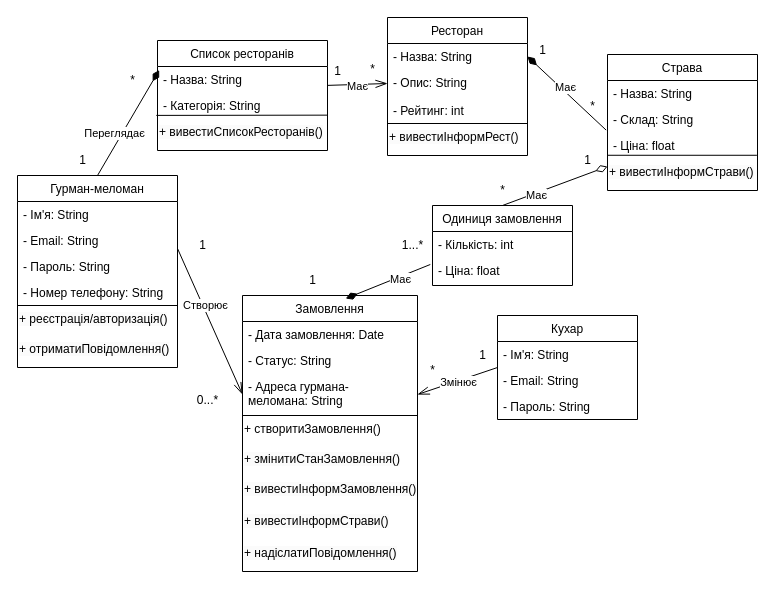
Before: 2-SoftwareDesign/2.5-UMLProgramClasses/UMLProgramClasses.drawio in oleksandrblazhko/ai-212-tuz, a draw.io diagram. Source tidied: cells renumbered, new cells numbered last; positions are measured from the earlier drawing's top-left corner, leaving out a move shared by most shapes. Both pictures are drawn from the tidied source at 100%, with x=0, y=0 at pixel (17, 17).
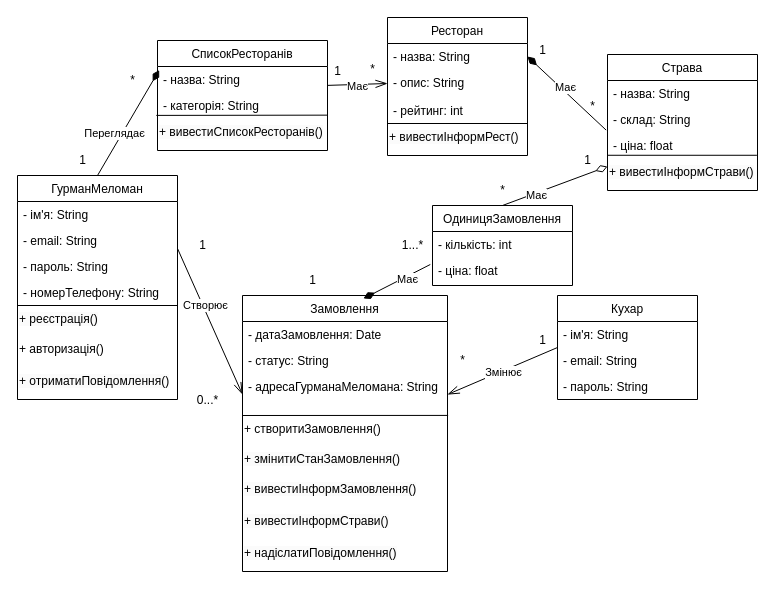
After the change.

Unchanged cells that the change refers to:
```xml
<mxCell id="20" value="Ресторан" style="swimlane;fontStyle=0;horizontal=1;startSize=26;fillColor=none;" parent="1" vertex="1">
  <mxGeometry x="370" width="140" height="138" as="geometry" />
</mxCell>
<mxCell id="26" value="Страва" style="swimlane;fontStyle=0;horizontal=1;startSize=26;fillColor=none;" parent="1" vertex="1">
  <mxGeometry x="590" y="37" width="150" height="136" as="geometry" />
</mxCell>
```

The edit, as a diff of the source:
```diff
@@
-    <mxCell id="2" value="Гурман-меломан" style="swimlane;fontStyle=0;horizontal=1;startSize=26;fillColor=none;" parent="1" vertex="1">
-      <mxGeometry y="158" width="160" height="192" as="geometry" />
+    <mxCell id="2" value="ГурманМеломан" style="swimlane;fontStyle=0;horizontal=1;startSize=26;fillColor=none;" parent="1" vertex="1">
+      <mxGeometry y="158" width="160" height="224" as="geometry" />
     </mxCell>
-    <mxCell id="3" value="- Ім'я: String" style="text;strokeColor=none;fillColor=none;align=left;verticalAlign=top;spacingLeft=4;spacingRight=4;overflow=hidden;" parent="2" vertex="1">
+    <mxCell id="3" value="- ім'я: String" style="text;strokeColor=none;fillColor=none;align=left;verticalAlign=top;spacingLeft=4;spacingRight=4;overflow=hidden;" parent="2" vertex="1">
       <mxGeometry y="26" width="160" height="26" as="geometry" />
     </mxCell>
-    <mxCell id="4" value="- Email: String" style="text;strokeColor=none;fillColor=none;align=left;verticalAlign=top;spacingLeft=4;spacingRight=4;overflow=hidden;" parent="2" vertex="1">
+    <mxCell id="4" value="- email: String" style="text;strokeColor=none;fillColor=none;align=left;verticalAlign=top;spacingLeft=4;spacingRight=4;overflow=hidden;" parent="2" vertex="1">
       <mxGeometry y="52" width="160" height="26" as="geometry" />
     </mxCell>
-    <mxCell id="5" value="- Пароль: String" style="text;strokeColor=none;fillColor=none;align=left;verticalAlign=top;spacingLeft=4;spacingRight=4;overflow=hidden;points=[[0,0.5],[1,0.5]];portConstraint=eastwest;" parent="2" vertex="1">
+    <mxCell id="5" value="- пароль: String" style="text;strokeColor=none;fillColor=none;align=left;verticalAlign=top;spacingLeft=4;spacingRight=4;overflow=hidden;points=[[0,0.5],[1,0.5]];portConstraint=eastwest;" parent="2" vertex="1">
       <mxGeometry y="78" width="160" height="26" as="geometry" />
     </mxCell>
-    <mxCell id="6" value="- Номер телефону: String" style="text;strokeColor=none;fillColor=none;align=left;verticalAlign=top;spacingLeft=4;spacingRight=4;overflow=hidden;perimeterSpacing=1;" parent="2" vertex="1">
+    <mxCell id="6" value="- номерТелефону: String" style="text;strokeColor=none;fillColor=none;align=left;verticalAlign=top;spacingLeft=4;spacingRight=4;overflow=hidden;perimeterSpacing=1;" parent="2" vertex="1">
       <mxGeometry y="104" width="160" height="26" as="geometry" />
     </mxCell>
@@
-    <mxCell id="8" value="&lt;span style=&quot;color: rgb(0, 0, 0); font-family: Helvetica; font-size: 12px; font-style: normal; font-variant-ligatures: normal; font-variant-caps: normal; font-weight: 400; letter-spacing: normal; orphans: 2; text-align: left; text-indent: 0px; text-transform: none; widows: 2; word-spacing: 0px; -webkit-text-stroke-width: 0px; background-color: rgb(251, 251, 251); text-decoration-thickness: initial; text-decoration-style: initial; text-decoration-color: initial; float: none; display: inline !important;&quot;&gt;+ реєстрація/авторизація()&lt;/span&gt;" style="text;whiteSpace=wrap;html=1;" parent="2" vertex="1">
+    <mxCell id="8" value="&lt;span style=&quot;color: rgb(0, 0, 0); font-family: Helvetica; font-size: 12px; font-style: normal; font-variant-ligatures: normal; font-variant-caps: normal; font-weight: 400; letter-spacing: normal; orphans: 2; text-align: left; text-indent: 0px; text-transform: none; widows: 2; word-spacing: 0px; -webkit-text-stroke-width: 0px; background-color: rgb(251, 251, 251); text-decoration-thickness: initial; text-decoration-style: initial; text-decoration-color: initial; float: none; display: inline !important;&quot;&gt;+ реєстрація()&lt;/span&gt;" style="text;whiteSpace=wrap;html=1;" parent="2" vertex="1">
       <mxGeometry y="130" width="160" height="30" as="geometry" />
     </mxCell>
+    <mxCell id="73" value="+ авторизація()" style="text;whiteSpace=wrap;html=1;" parent="2" vertex="1">
+      <mxGeometry y="160" width="160" height="32" as="geometry" />
+    </mxCell>
     <mxCell id="9" value="&lt;span style=&quot;color: rgb(0, 0, 0); font-family: Helvetica; font-size: 12px; font-style: normal; font-variant-ligatures: normal; font-variant-caps: normal; font-weight: 400; letter-spacing: normal; orphans: 2; text-align: left; text-indent: 0px; text-transform: none; widows: 2; word-spacing: 0px; -webkit-text-stroke-width: 0px; background-color: rgb(251, 251, 251); text-decoration-thickness: initial; text-decoration-style: initial; text-decoration-color: initial; float: none; display: inline !important;&quot;&gt;+ отриматиПовідомлення()&lt;/span&gt;" style="text;whiteSpace=wrap;html=1;" parent="2" vertex="1">
-      <mxGeometry y="160" width="160" height="32" as="geometry" />
+      <mxGeometry y="192" width="160" height="32" as="geometry" />
     </mxCell>
     <mxCell id="10" value="Кухар" style="swimlane;fontStyle=0;horizontal=1;startSize=26;fillColor=none;" parent="1" vertex="1">
-      <mxGeometry x="480" y="298" width="140" height="104" as="geometry" />
+      <mxGeometry x="540" y="278" width="140" height="104" as="geometry" />
     </mxCell>
-    <mxCell id="11" value="- Ім'я: String" style="text;strokeColor=none;fillColor=none;align=left;verticalAlign=top;spacingLeft=4;spacingRight=4;overflow=hidden;" parent="10" vertex="1">
+    <mxCell id="11" value="- ім'я: String" style="text;strokeColor=none;fillColor=none;align=left;verticalAlign=top;spacingLeft=4;spacingRight=4;overflow=hidden;" parent="10" vertex="1">
       <mxGeometry y="26" width="140" height="26" as="geometry" />
     </mxCell>
-    <mxCell id="12" value="- Email: String" style="text;strokeColor=none;fillColor=none;align=left;verticalAlign=top;spacingLeft=4;spacingRight=4;overflow=hidden;" parent="10" vertex="1">
+    <mxCell id="12" value="- email: String" style="text;strokeColor=none;fillColor=none;align=left;verticalAlign=top;spacingLeft=4;spacingRight=4;overflow=hidden;" parent="10" vertex="1">
       <mxGeometry y="52" width="140" height="26" as="geometry" />
     </mxCell>
-    <mxCell id="13" value="- Пароль: String" style="text;strokeColor=none;fillColor=none;align=left;verticalAlign=top;spacingLeft=4;spacingRight=4;overflow=hidden;" parent="10" vertex="1">
+    <mxCell id="13" value="- пароль: String" style="text;strokeColor=none;fillColor=none;align=left;verticalAlign=top;spacingLeft=4;spacingRight=4;overflow=hidden;" parent="10" vertex="1">
       <mxGeometry y="78" width="140" height="26" as="geometry" />
     </mxCell>
-    <mxCell id="14" value="Список ресторанів" style="swimlane;fontStyle=0;horizontal=1;startSize=26;fillColor=none;" parent="1" vertex="1">
+    <mxCell id="14" value="СписокРесторанів" style="swimlane;fontStyle=0;horizontal=1;startSize=26;fillColor=none;" parent="1" vertex="1">
       <mxGeometry x="140" y="23" width="170" height="110" as="geometry" />
     </mxCell>
-    <mxCell id="15" value="- Назва: String" style="text;strokeColor=none;fillColor=none;align=left;verticalAlign=top;spacingLeft=4;spacingRight=4;overflow=hidden;points=[[0,0.5],[1,0.5]];portConstraint=eastwest;" parent="14" vertex="1">
+    <mxCell id="15" value="- назва: String" style="text;strokeColor=none;fillColor=none;align=left;verticalAlign=top;spacingLeft=4;spacingRight=4;overflow=hidden;points=[[0,0.5],[1,0.5]];portConstraint=eastwest;" parent="14" vertex="1">
       <mxGeometry y="26" width="170" height="26" as="geometry" />
     </mxCell>
-    <mxCell id="16" value="- Категорія: String" style="text;strokeColor=none;fillColor=none;align=left;verticalAlign=top;spacingLeft=4;spacingRight=4;overflow=hidden;points=[[0,0.5],[1,0.5]];portConstraint=eastwest;" parent="14" vertex="1">
+    <mxCell id="16" value="- категорія: String" style="text;strokeColor=none;fillColor=none;align=left;verticalAlign=top;spacingLeft=4;spacingRight=4;overflow=hidden;points=[[0,0.5],[1,0.5]];portConstraint=eastwest;" parent="14" vertex="1">
       <mxGeometry y="52" width="170" height="26" as="geometry" />
     </mxCell>
@@
-    <mxCell id="21" value="- Назва: String" style="text;strokeColor=none;fillColor=none;align=left;verticalAlign=top;spacingLeft=4;spacingRight=4;overflow=hidden;points=[[0,0.5],[1,0.5]];portConstraint=eastwest;" parent="20" vertex="1">
+    <mxCell id="21" value="- назва: String" style="text;strokeColor=none;fillColor=none;align=left;verticalAlign=top;spacingLeft=4;spacingRight=4;overflow=hidden;points=[[0,0.5],[1,0.5]];portConstraint=eastwest;" parent="20" vertex="1">
       <mxGeometry y="26" width="140" height="26" as="geometry" />
     </mxCell>
-    <mxCell id="22" value="- Опис: String" style="text;strokeColor=none;fillColor=none;align=left;verticalAlign=top;spacingLeft=4;spacingRight=4;overflow=hidden;points=[[0,0.5],[1,0.5]];portConstraint=eastwest;" parent="20" vertex="1">
+    <mxCell id="22" value="- опис: String" style="text;strokeColor=none;fillColor=none;align=left;verticalAlign=top;spacingLeft=4;spacingRight=4;overflow=hidden;points=[[0,0.5],[1,0.5]];portConstraint=eastwest;" parent="20" vertex="1">
       <mxGeometry y="52" width="140" height="28" as="geometry" />
     </mxCell>
-    <mxCell id="23" value="- Рейтинг: int" style="text;strokeColor=none;fillColor=none;align=left;verticalAlign=top;spacingLeft=4;spacingRight=4;overflow=hidden;" parent="20" vertex="1">
+    <mxCell id="23" value="- рейтинг: int" style="text;strokeColor=none;fillColor=none;align=left;verticalAlign=top;spacingLeft=4;spacingRight=4;overflow=hidden;" parent="20" vertex="1">
       <mxGeometry y="80" width="140" height="26" as="geometry" />
     </mxCell>
@@
-    <mxCell id="27" value="- Назва: String" style="text;strokeColor=none;fillColor=none;align=left;verticalAlign=top;spacingLeft=4;spacingRight=4;overflow=hidden;" parent="26" vertex="1">
+    <mxCell id="27" value="- назва: String" style="text;strokeColor=none;fillColor=none;align=left;verticalAlign=top;spacingLeft=4;spacingRight=4;overflow=hidden;" parent="26" vertex="1">
       <mxGeometry y="26" width="150" height="26" as="geometry" />
     </mxCell>
-    <mxCell id="28" value="- Склад: String" style="text;strokeColor=none;fillColor=none;align=left;verticalAlign=top;spacingLeft=4;spacingRight=4;overflow=hidden;" parent="26" vertex="1">
+    <mxCell id="28" value="- склад: String" style="text;strokeColor=none;fillColor=none;align=left;verticalAlign=top;spacingLeft=4;spacingRight=4;overflow=hidden;" parent="26" vertex="1">
       <mxGeometry y="52" width="150" height="26" as="geometry" />
     </mxCell>
-    <mxCell id="29" value="- Ціна: float" style="text;strokeColor=none;fillColor=none;align=left;verticalAlign=top;spacingLeft=4;spacingRight=4;overflow=hidden;points=[[0,0.5],[1,0.5]];portConstraint=eastwest;" parent="26" vertex="1">
+    <mxCell id="29" value="- ціна: float" style="text;strokeColor=none;fillColor=none;align=left;verticalAlign=top;spacingLeft=4;spacingRight=4;overflow=hidden;points=[[0,0.5],[1,0.5]];portConstraint=eastwest;" parent="26" vertex="1">
       <mxGeometry y="78" width="150" height="26" as="geometry" />
     </mxCell>
@@
     <mxCell id="32" value="Замовлення" style="swimlane;fontStyle=0;horizontal=1;startSize=26;fillColor=none;" parent="1" vertex="1">
-      <mxGeometry x="225" y="278" width="175" height="276" as="geometry" />
+      <mxGeometry x="225" y="278" width="205" height="276" as="geometry" />
     </mxCell>
-    <mxCell id="33" value="- Дата замовлення: Date" style="text;strokeColor=none;fillColor=none;align=left;verticalAlign=top;spacingLeft=4;spacingRight=4;overflow=hidden;" parent="32" vertex="1">
-      <mxGeometry y="26" width="175" height="26" as="geometry" />
+    <mxCell id="33" value="- датаЗамовлення: Date" style="text;strokeColor=none;fillColor=none;align=left;verticalAlign=top;spacingLeft=4;spacingRight=4;overflow=hidden;" parent="32" vertex="1">
+      <mxGeometry y="26" width="205" height="26" as="geometry" />
     </mxCell>
-    <mxCell id="34" value="- Статус: String" style="text;strokeColor=none;fillColor=none;align=left;verticalAlign=top;spacingLeft=4;spacingRight=4;overflow=hidden;" parent="32" vertex="1">
-      <mxGeometry y="52" width="175" height="26" as="geometry" />
+    <mxCell id="34" value="- статус: String" style="text;strokeColor=none;fillColor=none;align=left;verticalAlign=top;spacingLeft=4;spacingRight=4;overflow=hidden;" parent="32" vertex="1">
+      <mxGeometry y="52" width="205" height="26" as="geometry" />
     </mxCell>
-    <mxCell id="35" value="- Адреса гурмана-&#10;меломана: String" style="text;strokeColor=none;fillColor=none;align=left;verticalAlign=top;spacingLeft=4;spacingRight=4;overflow=hidden;points=[[0,0.5],[1,0.5]];portConstraint=eastwest;" parent="32" vertex="1">
-      <mxGeometry y="78" width="175" height="42" as="geometry" />
+    <mxCell id="35" value="- адресаГурманаМеломана: String" style="text;strokeColor=none;fillColor=none;align=left;verticalAlign=top;spacingLeft=4;spacingRight=4;overflow=hidden;points=[[0,0.5],[1,0.5]];portConstraint=eastwest;" parent="32" vertex="1">
+      <mxGeometry y="78" width="205" height="42" as="geometry" />
     </mxCell>
-    <mxCell id="36" style="endArrow=none;html=1;rounded=0;" parent="32" edge="1">
+    <mxCell id="36" style="endArrow=none;html=1;rounded=0;entryX=1.003;entryY=0.998;entryDx=0;entryDy=0;entryPerimeter=0;" parent="32" edge="1" target="35">
       <mxGeometry relative="1" as="geometry">
         <mxPoint y="120" as="sourcePoint" />
-        <mxPoint x="175" y="120" as="targetPoint" />
       </mxGeometry>
     </mxCell>
     <mxCell id="37" value="+ створитиЗамовлення()" style="text;whiteSpace=wrap;html=1;" parent="32" vertex="1">
-      <mxGeometry y="120" width="175" height="30" as="geometry" />
+      <mxGeometry y="120" width="205" height="30" as="geometry" />
     </mxCell>
     <mxCell id="38" value="&lt;span style=&quot;color: rgb(0, 0, 0); font-family: Helvetica; font-size: 12px; font-style: normal; font-variant-ligatures: normal; font-variant-caps: normal; font-weight: 400; letter-spacing: normal; orphans: 2; text-align: left; text-indent: 0px; text-transform: none; widows: 2; word-spacing: 0px; -webkit-text-stroke-width: 0px; background-color: rgb(251, 251, 251); text-decoration-thickness: initial; text-decoration-style: initial; text-decoration-color: initial; float: none; display: inline !important;&quot;&gt;+ змінитиСтанЗамовлення()&lt;/span&gt;" style="text;whiteSpace=wrap;html=1;" parent="32" vertex="1">
-      <mxGeometry y="150" width="175" height="30" as="geometry" />
+      <mxGeometry y="150" width="205" height="30" as="geometry" />
     </mxCell>
     <mxCell id="39" value="&lt;span style=&quot;color: rgb(0, 0, 0); font-family: Helvetica; font-size: 12px; font-style: normal; font-variant-ligatures: normal; font-variant-caps: normal; font-weight: 400; letter-spacing: normal; orphans: 2; text-align: left; text-indent: 0px; text-transform: none; widows: 2; word-spacing: 0px; -webkit-text-stroke-width: 0px; background-color: rgb(251, 251, 251); text-decoration-thickness: initial; text-decoration-style: initial; text-decoration-color: initial; float: none; display: inline !important;&quot;&gt;+ вивестиІнформЗамовлення()&lt;/span&gt;" style="text;whiteSpace=wrap;html=1;" parent="32" vertex="1">
-      <mxGeometry y="180" width="175" height="32" as="geometry" />
+      <mxGeometry y="180" width="205" height="32" as="geometry" />
     </mxCell>
     <mxCell id="40" value="&lt;span style=&quot;color: rgb(0, 0, 0); font-family: Helvetica; font-size: 12px; font-style: normal; font-variant-ligatures: normal; font-variant-caps: normal; font-weight: 400; letter-spacing: normal; orphans: 2; text-align: left; text-indent: 0px; text-transform: none; widows: 2; word-spacing: 0px; -webkit-text-stroke-width: 0px; background-color: rgb(251, 251, 251); text-decoration-thickness: initial; text-decoration-style: initial; text-decoration-color: initial; float: none; display: inline !important;&quot;&gt;+ вивестиІнформСтрави()&lt;/span&gt;" style="text;whiteSpace=wrap;html=1;" parent="32" vertex="1">
-      <mxGeometry y="212" width="175" height="32" as="geometry" />
+      <mxGeometry y="212" width="205" height="32" as="geometry" />
     </mxCell>
     <mxCell id="41" value="&lt;span style=&quot;color: rgb(0, 0, 0); font-family: Helvetica; font-size: 12px; font-style: normal; font-variant-ligatures: normal; font-variant-caps: normal; font-weight: 400; letter-spacing: normal; orphans: 2; text-align: left; text-indent: 0px; text-transform: none; widows: 2; word-spacing: 0px; -webkit-text-stroke-width: 0px; background-color: rgb(251, 251, 251); text-decoration-thickness: initial; text-decoration-style: initial; text-decoration-color: initial; float: none; display: inline !important;&quot;&gt;+ надіслатиПовідомлення()&lt;/span&gt;" style="text;whiteSpace=wrap;html=1;" parent="32" vertex="1">
-      <mxGeometry y="244" width="175" height="32" as="geometry" />
+      <mxGeometry y="244" width="205" height="32" as="geometry" />
     </mxCell>
@@
-    <mxCell id="50" value="Одиниця замовлення" style="swimlane;fontStyle=0;horizontal=1;startSize=26;fillColor=none;" parent="1" vertex="1">
+    <mxCell id="50" value="ОдиницяЗамовлення" style="swimlane;fontStyle=0;horizontal=1;startSize=26;fillColor=none;" parent="1" vertex="1">
       <mxGeometry x="415" y="188" width="140" height="80" as="geometry" />
     </mxCell>
-    <mxCell id="51" value="- Кількість: int" style="text;strokeColor=none;fillColor=none;align=left;verticalAlign=top;spacingLeft=4;spacingRight=4;overflow=hidden;" parent="50" vertex="1">
+    <mxCell id="51" value="- кількість: int" style="text;strokeColor=none;fillColor=none;align=left;verticalAlign=top;spacingLeft=4;spacingRight=4;overflow=hidden;" parent="50" vertex="1">
       <mxGeometry y="26" width="140" height="26" as="geometry" />
     </mxCell>
-    <mxCell id="52" value="- Ціна: float" style="text;strokeColor=none;fillColor=none;align=left;verticalAlign=top;spacingLeft=4;spacingRight=4;overflow=hidden;" parent="50" vertex="1">
+    <mxCell id="52" value="- ціна: float" style="text;strokeColor=none;fillColor=none;align=left;verticalAlign=top;spacingLeft=4;spacingRight=4;overflow=hidden;" parent="50" vertex="1">
       <mxGeometry y="52" width="140" height="28" as="geometry" />
     </mxCell>
@@
     <mxCell id="61" value="1" style="text;html=1;align=center;verticalAlign=middle;strokeColor=none;fillColor=none;" parent="1" vertex="1">
-      <mxGeometry x="450" y="323" width="30" height="30" as="geometry" />
+      <mxGeometry x="510" y="308" width="30" height="30" as="geometry" />
     </mxCell>
     <mxCell id="62" value="*" style="text;html=1;align=center;verticalAlign=middle;strokeColor=none;fillColor=none;" parent="1" vertex="1">
-      <mxGeometry x="400" y="338" width="30" height="30" as="geometry" />
+      <mxGeometry x="430" y="328" width="30" height="30" as="geometry" />
     </mxCell>
```
